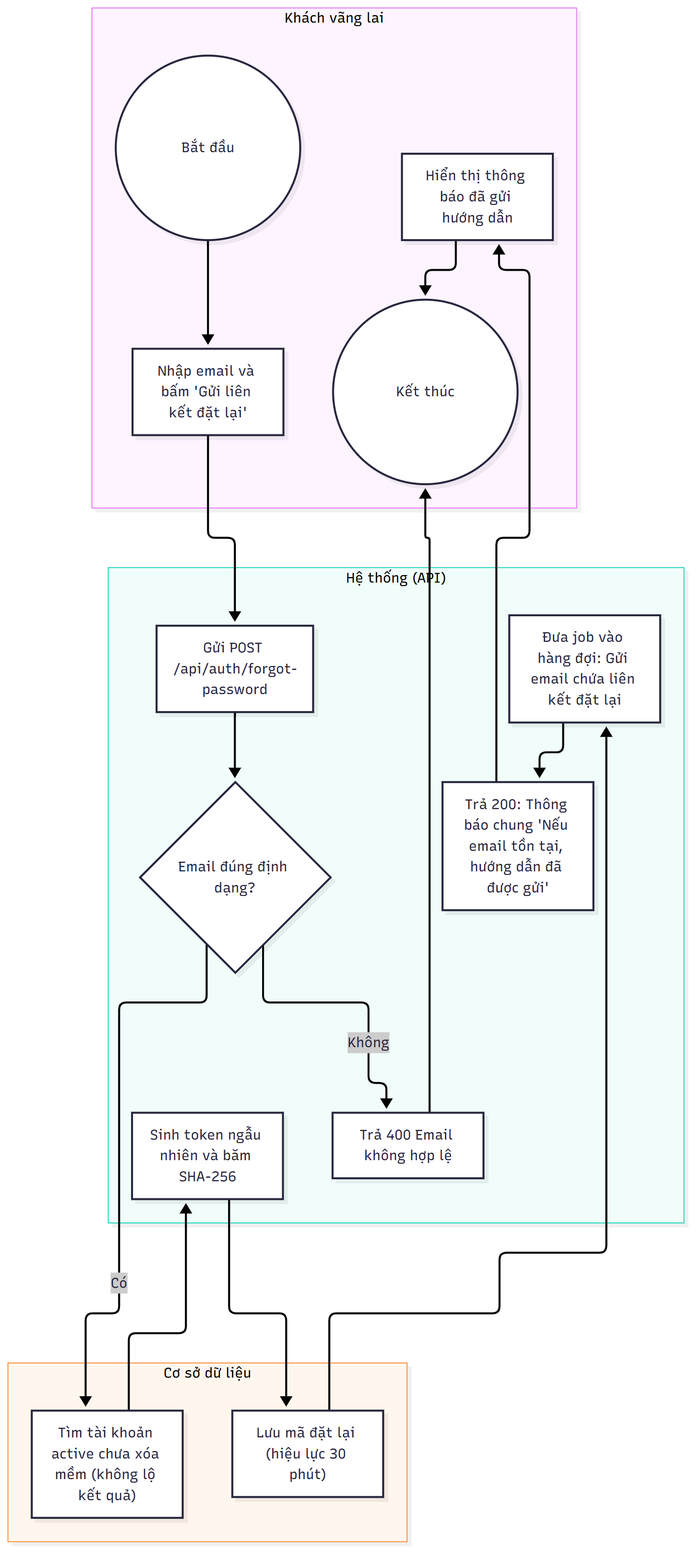
2431540234-arch/XDUDTMDT keeps this Mermaid diagram as docs/diagrams/png/activity_UC-AUTH-05_quen-mat-khau-yeu-cau-dat-lai.png. Above is the earlier version. Its source is kept beside it as docs/diagrams/src/activity_UC-AUTH-05_quen-mat-khau-yeu-cau-dat-lai.mmd. The source it was exported from:
```mermaid
flowchart TD
    subgraph LANE_A["Khách vãng lai"]
        n1(("Bắt đầu"))
        n2["Nhập email và bấm 'Gửi liên kết đặt lại'"]
        n11["Hiển thị thông báo đã gửi hướng dẫn"]
        n12(("Kết thúc"))
    end
    subgraph LANE_S["Hệ thống (API)"]
        n3["Gửi POST /api/auth/forgot-password"]
        n4{"Email đúng định dạng?"}
        n5["Trả 400 Email không hợp lệ"]
        n7["Sinh token ngẫu nhiên và băm SHA-256"]
        n9["Đưa job vào hàng đợi: Gửi email chứa liên kết đặt lại"]
        n10["Trả 200: Thông báo chung 'Nếu email tồn tại, hướng dẫn đã được gửi'"]
    end
    subgraph LANE_D["Cơ sở dữ liệu"]
        n6["Tìm tài khoản active chưa xóa mềm (không lộ kết quả)"]
        n8["Lưu mã đặt lại (hiệu lực 30 phút)"]
    end
    n1 --> n2
    n2 --> n3
    n3 --> n4
    n4 -->|"Không"| n5
    n4 -->|"Có"| n6
    n6 --> n7
    n7 --> n8
    n8 --> n9
    n9 --> n10
    n10 --> n11
    n11 --> n12
    n5 --> n12
```
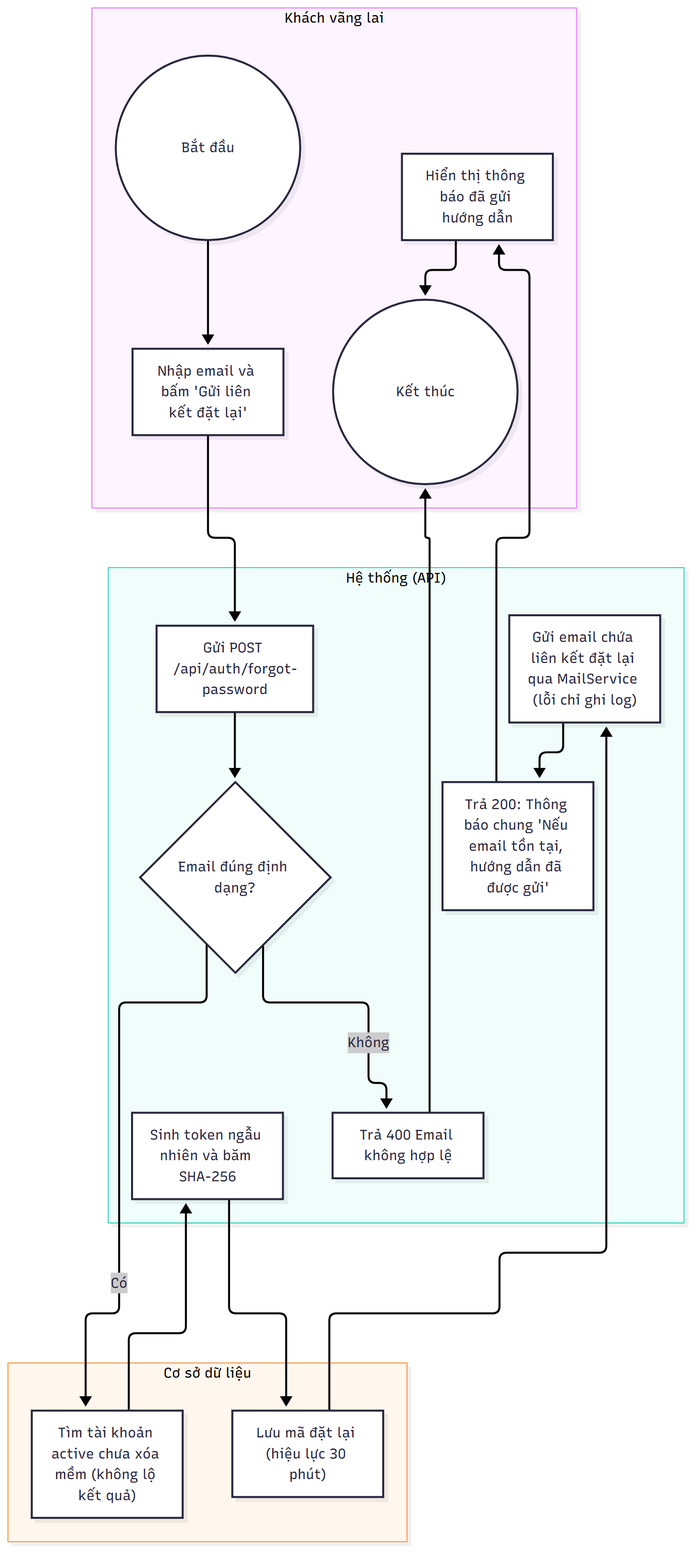
After the change.

Diff of the diagram source:
```diff
@@ -10,7 +10,7 @@
         n4{"Email đúng định dạng?"}
         n5["Trả 400 Email không hợp lệ"]
         n7["Sinh token ngẫu nhiên và băm SHA-256"]
-        n9["Đưa job vào hàng đợi: Gửi email chứa liên kết đặt lại"]
+        n9["Gửi email chứa liên kết đặt lại qua MailService (lỗi chỉ ghi log)"]
         n10["Trả 200: Thông báo chung 'Nếu email tồn tại, hướng dẫn đã được gửi'"]
     end
     subgraph LANE_D["Cơ sở dữ liệu"]
```
